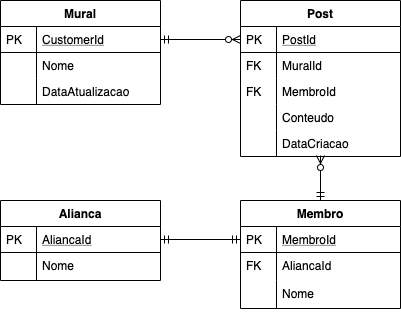
The draw.io diagram Dia 05/tables.png in Netaum/cit-treinamento-dotnet-2020, before a commit. Source tidied: cells renumbered, new cells last; positions are measured from the earlier drawing's top-left corner, leaving out a move shared by most shapes.
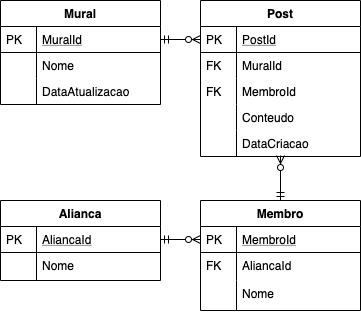
The same diagram one commit later.

Commit message:
Adicionando dia 05

Diff of the diagram source:
```diff
@@ -3,9 +3,9 @@
     <mxCell id="0" />
     <mxCell id="1" parent="0" />
     <mxCell id="2" value="Mural" style="swimlane;fontStyle=1;horizontal=1;startSize=26;rounded=0;shadow=0;strokeWidth=1;" parent="1" vertex="1">
-      <mxGeometry width="160" height="104" as="geometry" />
+      <mxGeometry x="40" y="40" width="160" height="104" as="geometry" />
     </mxCell>
-    <mxCell id="3" value="CustomerId" style="shape=partialRectangle;top=0;left=0;right=0;bottom=1;align=left;verticalAlign=top;fillColor=none;spacingLeft=40;spacingRight=4;overflow=hidden;points=[[0,0.5],[1,0.5]];portConstraint=eastwest;rounded=0;shadow=0;strokeWidth=1;fontStyle=4;" parent="2" vertex="1">
+    <mxCell id="3" value="MuralId" style="shape=partialRectangle;top=0;left=0;right=0;bottom=1;align=left;verticalAlign=top;fillColor=none;spacingLeft=40;spacingRight=4;overflow=hidden;points=[[0,0.5],[1,0.5]];portConstraint=eastwest;rounded=0;shadow=0;strokeWidth=1;fontStyle=4;" parent="2" vertex="1">
       <mxGeometry y="26" width="160" height="26" as="geometry" />
     </mxCell>
     <mxCell id="4" value="PK" style="shape=partialRectangle;top=0;left=0;bottom=0;fillColor=none;align=left;verticalAlign=top;spacingLeft=4;spacingRight=4;overflow=hidden;" parent="3" vertex="1">
@@ -24,7 +24,7 @@
       <mxGeometry width="36" height="26" as="geometry" />
     </mxCell>
     <mxCell id="9" value="Post" style="swimlane;fontStyle=1;horizontal=1;startSize=26;rounded=0;shadow=0;strokeWidth=1;" parent="1" vertex="1">
-      <mxGeometry x="240" width="160" height="156" as="geometry" />
+      <mxGeometry x="240" y="40" width="160" height="156" as="geometry" />
     </mxCell>
     <mxCell id="10" value="PostId" style="shape=partialRectangle;top=0;left=0;right=0;bottom=1;align=left;verticalAlign=top;fillColor=none;spacingLeft=40;spacingRight=4;overflow=hidden;points=[[0,0.5],[1,0.5]];portConstraint=eastwest;rounded=0;shadow=0;strokeWidth=1;fontStyle=4;" parent="9" vertex="1">
       <mxGeometry y="26" width="160" height="26" as="geometry" />
@@ -57,7 +57,7 @@
       <mxGeometry width="36" height="26" as="geometry" />
     </mxCell>
     <mxCell id="20" value="Membro" style="swimlane;fontStyle=1;horizontal=1;startSize=26;rounded=0;shadow=0;strokeWidth=1;" parent="1" vertex="1">
-      <mxGeometry x="240" y="200" width="160" height="108" as="geometry" />
+      <mxGeometry x="240" y="240" width="160" height="110" as="geometry" />
     </mxCell>
     <mxCell id="21" value="MembroId" style="shape=partialRectangle;top=0;left=0;right=0;bottom=1;align=left;verticalAlign=top;fillColor=none;spacingLeft=40;spacingRight=4;overflow=hidden;points=[[0,0.5],[1,0.5]];portConstraint=eastwest;rounded=0;shadow=0;strokeWidth=1;fontStyle=4;" parent="20" vertex="1">
       <mxGeometry y="26" width="160" height="26" as="geometry" />
@@ -72,13 +72,13 @@
       <mxGeometry width="36" height="28" as="geometry" />
     </mxCell>
     <mxCell id="25" value="Nome" style="shape=partialRectangle;top=0;left=0;right=0;bottom=0;align=left;verticalAlign=top;fillColor=none;spacingLeft=40;spacingRight=4;overflow=hidden;rounded=0;shadow=0;strokeWidth=1;" parent="20" vertex="1">
-      <mxGeometry y="80" width="160" height="28" as="geometry" />
+      <mxGeometry y="80" width="160" height="30" as="geometry" />
     </mxCell>
     <mxCell id="26" style="shape=partialRectangle;top=0;left=0;bottom=0;fillColor=none;align=left;verticalAlign=top;spacingLeft=4;spacingRight=4;overflow=hidden;" parent="25" vertex="1">
-      <mxGeometry width="36" height="28" as="geometry" />
+      <mxGeometry width="36" height="30" as="geometry" />
     </mxCell>
     <mxCell id="27" value="Alianca" style="swimlane;fontStyle=1;horizontal=1;startSize=26;rounded=0;shadow=0;strokeWidth=1;" parent="1" vertex="1">
-      <mxGeometry y="200" width="160" height="80" as="geometry" />
+      <mxGeometry x="40" y="240" width="160" height="80" as="geometry" />
     </mxCell>
     <mxCell id="28" value="AliancaId" style="shape=partialRectangle;top=0;left=0;right=0;bottom=1;align=left;verticalAlign=top;fillColor=none;spacingLeft=40;spacingRight=4;overflow=hidden;points=[[0,0.5],[1,0.5]];portConstraint=eastwest;rounded=0;shadow=0;strokeWidth=1;fontStyle=4;" parent="27" vertex="1">
       <mxGeometry y="26" width="160" height="26" as="geometry" />
@@ -92,14 +92,14 @@
     <mxCell id="31" style="shape=partialRectangle;top=0;left=0;bottom=0;fillColor=none;align=left;verticalAlign=top;spacingLeft=4;spacingRight=4;overflow=hidden;" parent="30" vertex="1">
       <mxGeometry width="36" height="28" as="geometry" />
     </mxCell>
-    <mxCell id="32" style="fontSize=12;html=1;endArrow=ERmandOne;startArrow=ERmandOne;entryX=0;entryY=0.5;entryDx=0;entryDy=0;exitX=1;exitY=0.5;exitDx=0;exitDy=0;" parent="1" edge="1" source="28" target="21">
-      <mxGeometry relative="1" as="geometry" />
-    </mxCell>
     <mxCell id="33" style="fontSize=12;html=1;endArrow=ERzeroToMany;startArrow=ERmandOne;entryX=0.5;entryY=0.962;entryDx=0;entryDy=0;entryPerimeter=0;exitX=0.5;exitY=0;exitDx=0;exitDy=0;" parent="1" edge="1" source="20" target="18">
       <mxGeometry relative="1" as="geometry" />
     </mxCell>
     <mxCell id="34" style="fontSize=12;html=1;endArrow=ERzeroToMany;startArrow=ERmandOne;entryX=0;entryY=0.5;entryDx=0;entryDy=0;exitX=1;exitY=0.5;exitDx=0;exitDy=0;" parent="1" edge="1" source="3" target="10">
       <mxGeometry relative="1" as="geometry" />
     </mxCell>
+    <mxCell id="32" style="fontSize=12;html=1;endArrow=ERzeroToMany;startArrow=ERmandOne;entryX=0;entryY=0.5;entryDx=0;entryDy=0;exitX=1;exitY=0.5;exitDx=0;exitDy=0;" parent="1" edge="1" source="28" target="21">
+      <mxGeometry relative="1" as="geometry" />
+    </mxCell>
   </root>
 </mxGraphModel>
```
